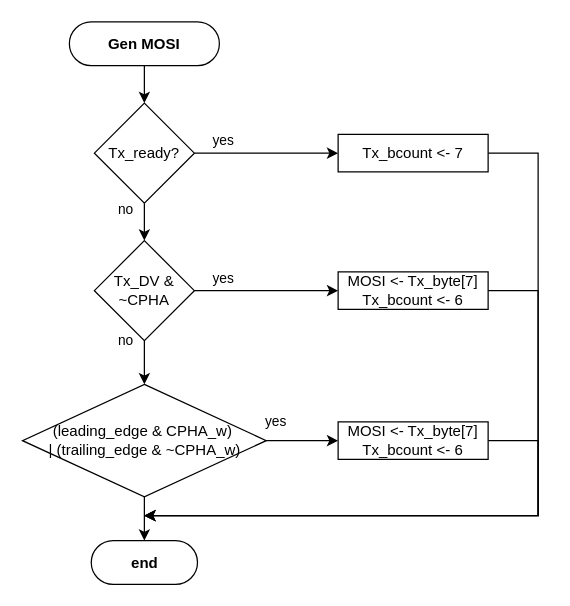
The draw.io diagram page "gen_MOSI" (3 of 4) of 01_doc/03_drawings/01_design/spi_master.drawio in Diogofernandes5/mthesis, before the edit. Source tidied: cells renumbered, new cells numbered last; positions are measured from the earlier drawing's top-left corner, leaving out a move shared by most shapes. Both pictures are drawn from the tidied source at 125%, with x=0, y=0 at pixel (22, 21).
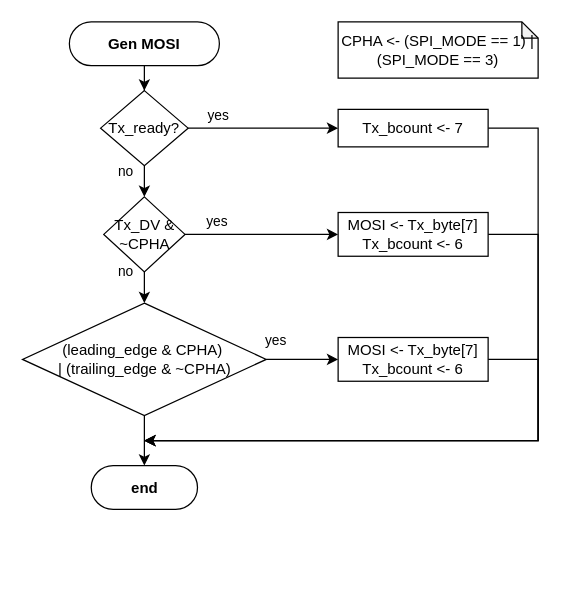
The same page after the edit.

Diff of the diagram source:
```diff
@@
     <mxCell id="2" style="edgeStyle=orthogonalEdgeStyle;rounded=0;jettySize=auto;html=1;" parent="1" edge="1" source="3">
       <mxGeometry relative="1" as="geometry">
-        <mxPoint x="97" y="395" as="targetPoint" />
+        <mxPoint x="97" y="335" as="targetPoint" />
         <Array as="points">
-          <mxPoint x="412" y="105" />
-          <mxPoint x="412" y="395" />
+          <mxPoint x="412" y="85" />
+          <mxPoint x="412" y="335" />
         </Array>
       </mxGeometry>
     </mxCell>
     <mxCell id="3" value="Tx_bcount &amp;lt;- 7" style="rounded=0;whiteSpace=wrap;html=1;fontFamily=NewsGotT;" parent="1" vertex="1">
-      <mxGeometry x="252" y="90" width="120" height="30" as="geometry" />
+      <mxGeometry x="252" y="70" width="120" height="30" as="geometry" />
     </mxCell>
@@
     <mxCell id="6" value="Tx_ready?" style="rhombus;whiteSpace=wrap;html=1;fontFamily=NewsGotT;" parent="1" vertex="1">
-      <mxGeometry x="57" y="65" width="80" height="80" as="geometry" />
+      <mxGeometry x="62" y="55" width="70" height="60" as="geometry" />
     </mxCell>
@@
-    <mxCell id="11" value="&lt;div&gt;(leading_edge &amp;amp; CPHA_w)&amp;nbsp;&lt;/div&gt;&lt;div&gt;| (trailing_edge &amp;amp; ~CPHA_w)&lt;/div&gt;" style="rhombus;whiteSpace=wrap;html=1;fontFamily=NewsGotT;" parent="1" vertex="1">
-      <mxGeometry x="-0.5" y="290" width="195" height="90" as="geometry" />
+    <mxCell id="11" value="&lt;div&gt;(leading_edge &amp;amp; CPHA)&amp;nbsp;&lt;/div&gt;&lt;div&gt;| (trailing_edge &amp;amp; ~CPHA)&lt;/div&gt;" style="rhombus;whiteSpace=wrap;html=1;fontFamily=NewsGotT;" parent="1" vertex="1">
+      <mxGeometry x="-0.5" y="225" width="195" height="90" as="geometry" />
     </mxCell>
@@
     <mxCell id="14" value="&lt;div&gt;Tx_DV &amp;amp;&lt;/div&gt;&lt;div&gt;~CPHA&lt;/div&gt;" style="rhombus;whiteSpace=wrap;html=1;fontFamily=NewsGotT;" parent="1" vertex="1">
-      <mxGeometry x="57" y="175" width="80" height="80" as="geometry" />
+      <mxGeometry x="64.5" y="140" width="65" height="60" as="geometry" />
     </mxCell>
     <mxCell id="15" style="edgeStyle=orthogonalEdgeStyle;rounded=0;jettySize=auto;html=1;" parent="1" edge="1" source="16">
       <mxGeometry relative="1" as="geometry">
-        <mxPoint x="97" y="395" as="targetPoint" />
+        <mxPoint x="97" y="335" as="targetPoint" />
         <Array as="points">
-          <mxPoint x="412" y="215" />
-          <mxPoint x="412" y="395" />
+          <mxPoint x="412" y="170" />
+          <mxPoint x="412" y="335" />
         </Array>
       </mxGeometry>
     </mxCell>
     <mxCell id="16" value="&lt;div&gt;MOSI &amp;lt;- Tx_byte[7]&lt;/div&gt;&lt;div&gt;Tx_bcount &amp;lt;- 6&lt;/div&gt;" style="rounded=0;whiteSpace=wrap;html=1;fontFamily=NewsGotT;" parent="1" vertex="1">
-      <mxGeometry x="252" y="200" width="120" height="30" as="geometry" />
+      <mxGeometry x="252" y="152.5" width="120" height="35" as="geometry" />
     </mxCell>
     <mxCell id="17" style="edgeStyle=orthogonalEdgeStyle;rounded=0;jettySize=auto;html=1;" parent="1" edge="1" source="18">
       <mxGeometry relative="1" as="geometry">
-        <mxPoint x="97" y="395" as="targetPoint" />
+        <mxPoint x="97" y="335" as="targetPoint" />
         <Array as="points">
+          <mxPoint x="412" y="270" />
           <mxPoint x="412" y="335" />
-          <mxPoint x="412" y="395" />
         </Array>
       </mxGeometry>
     </mxCell>
     <mxCell id="18" value="&lt;div&gt;MOSI &amp;lt;- Tx_byte[7]&lt;/div&gt;&lt;div&gt;Tx_bcount &amp;lt;- 6&lt;/div&gt;" style="rounded=0;whiteSpace=wrap;html=1;fontFamily=NewsGotT;" parent="1" vertex="1">
-      <mxGeometry x="252" y="320" width="120" height="30" as="geometry" />
+      <mxGeometry x="252" y="252.5" width="120" height="35" as="geometry" />
     </mxCell>
     <mxCell id="19" value="&lt;b&gt;end&lt;/b&gt;" style="rounded=1;whiteSpace=wrap;html=1;arcSize=50;" parent="1" vertex="1">
-      <mxGeometry x="54.5" y="415" width="85" height="35" as="geometry" />
+      <mxGeometry x="54.5" y="355" width="85" height="35" as="geometry" />
     </mxCell>
+    <mxCell id="20" value="CPHA &amp;lt;- (SPI_MODE == 1) | (SPI_MODE == 3)" style="shape=note;whiteSpace=wrap;html=1;backgroundOutline=1;darkOpacity=0.05;size=13;fontFamily=NewsGotT;horizontal=1;" parent="1" vertex="1">
+      <mxGeometry x="252" width="160" height="45" as="geometry" />
+    </mxCell>
```
